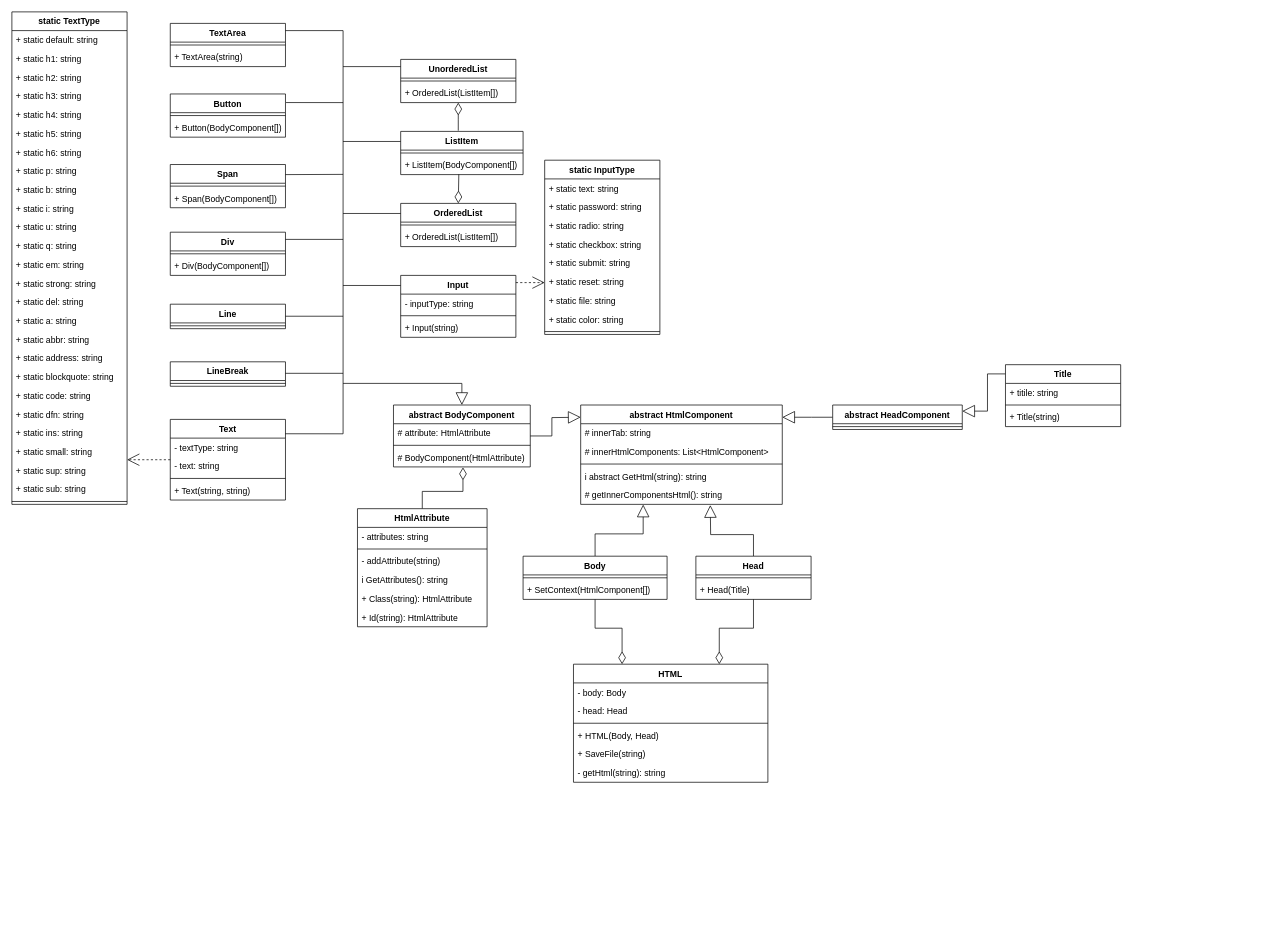
This is Class structure.drawio from Vitaly05/html-creator-library, a draw.io file, before an edit. Source tidied: cells renumbered, new cells numbered last; positions are measured from the earlier drawing's top-left corner, leaving out a move shared by most shapes. Both pictures are drawn from the tidied source at 72%, with x=0, y=0 at pixel (12, 12).
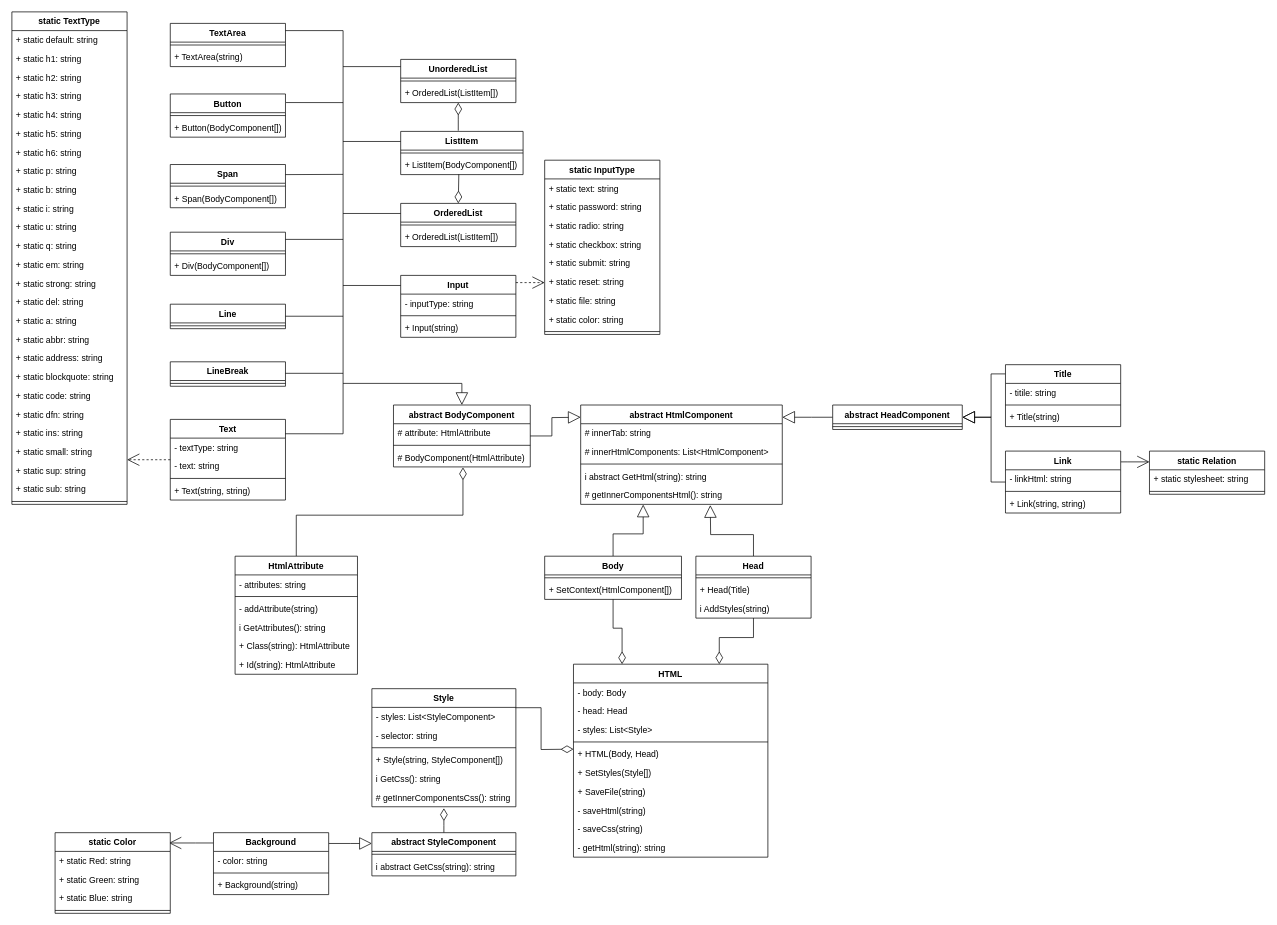
Above is the later version.

Commit message (it also covers changes not shown here):
Added styles and that saved in .css format

Unchanged cells that the change refers to:
```xml
<mxCell id="100" value="Title" style="swimlane;fontStyle=1;align=center;verticalAlign=top;horizontal=1;startSize=26;" parent="1" vertex="1">
  <mxGeometry x="1380" y="490" width="160" height="86" as="geometry" />
</mxCell>
<mxCell id="110" value="abstract HeadComponent" style="swimlane;fontStyle=1;align=center;verticalAlign=top;horizontal=1;startSize=26;" parent="1" vertex="1">
  <mxGeometry x="1140" y="546" width="180" height="34" as="geometry" />
</mxCell>
```

What changed in the source:
```diff
@@
     <mxCell id="2" value="HTML" style="swimlane;fontStyle=1;align=center;verticalAlign=top;horizontal=1;startSize=26;" parent="1" vertex="1">
-      <mxGeometry x="780" y="906" width="270" height="164" as="geometry" />
+      <mxGeometry x="780" y="906" width="270" height="268" as="geometry" />
     </mxCell>
@@
+    <mxCell id="134" value="- head: Head" style="text;strokeColor=none;fillColor=none;align=left;verticalAlign=top;spacingLeft=4;spacingRight=4;overflow=hidden;" parent="2" vertex="1">
+      <mxGeometry y="52" width="270" height="26" as="geometry" />
+    </mxCell>
-    <mxCell id="4" value="- head: Head" style="text;strokeColor=none;fillColor=none;align=left;verticalAlign=top;spacingLeft=4;spacingRight=4;overflow=hidden;" parent="2" vertex="1">
-      <mxGeometry y="52" width="270" height="26" as="geometry" />
+    <mxCell id="4" value="- styles: List&lt;Style&gt;" style="text;strokeColor=none;fillColor=none;align=left;verticalAlign=top;spacingLeft=4;spacingRight=4;overflow=hidden;" parent="2" vertex="1">
+      <mxGeometry y="78" width="270" height="26" as="geometry" />
     </mxCell>
     <mxCell id="5" style="line;strokeWidth=1;fillColor=none;align=left;verticalAlign=middle;spacingTop=-1;spacingLeft=3;spacingRight=3;labelPosition=right;" parent="2" vertex="1">
-      <mxGeometry y="78" width="270" height="8" as="geometry" />
+      <mxGeometry y="104" width="270" height="8" as="geometry" />
     </mxCell>
     <mxCell id="6" value="+ HTML(Body, Head)" style="text;strokeColor=none;fillColor=none;align=left;verticalAlign=top;spacingLeft=4;spacingRight=4;overflow=hidden;" parent="2" vertex="1">
-      <mxGeometry y="86" width="270" height="26" as="geometry" />
+      <mxGeometry y="112" width="270" height="26" as="geometry" />
     </mxCell>
+    <mxCell id="135" value="+ SetStyles(Style[])" style="text;strokeColor=none;fillColor=none;align=left;verticalAlign=top;spacingLeft=4;spacingRight=4;overflow=hidden;" parent="2" vertex="1">
+      <mxGeometry y="138" width="270" height="26" as="geometry" />
+    </mxCell>
+    <mxCell id="136" value="+ SaveFile(string)" style="text;strokeColor=none;fillColor=none;align=left;verticalAlign=top;spacingLeft=4;spacingRight=4;overflow=hidden;" parent="2" vertex="1">
+      <mxGeometry y="164" width="270" height="26" as="geometry" />
+    </mxCell>
+    <mxCell id="137" value="- saveHtml(string)" style="text;strokeColor=none;fillColor=none;align=left;verticalAlign=top;spacingLeft=4;spacingRight=4;overflow=hidden;" parent="2" vertex="1">
+      <mxGeometry y="190" width="270" height="26" as="geometry" />
+    </mxCell>
-    <mxCell id="7" value="+ SaveFile(string)" style="text;strokeColor=none;fillColor=none;align=left;verticalAlign=top;spacingLeft=4;spacingRight=4;overflow=hidden;" parent="2" vertex="1">
-      <mxGeometry y="112" width="270" height="26" as="geometry" />
+    <mxCell id="7" value="- saveCss(string)" style="text;strokeColor=none;fillColor=none;align=left;verticalAlign=top;spacingLeft=4;spacingRight=4;overflow=hidden;" parent="2" vertex="1">
+      <mxGeometry y="216" width="270" height="26" as="geometry" />
     </mxCell>
     <mxCell id="8" value="- getHtml(string): string" style="text;strokeColor=none;fillColor=none;align=left;verticalAlign=top;spacingLeft=4;spacingRight=4;overflow=hidden;" parent="2" vertex="1">
-      <mxGeometry y="138" width="270" height="26" as="geometry" />
+      <mxGeometry y="242" width="270" height="26" as="geometry" />
     </mxCell>
@@
     <mxCell id="20" value="Body" style="swimlane;fontStyle=1;align=center;verticalAlign=top;horizontal=1;startSize=26;" parent="1" vertex="1">
-      <mxGeometry x="710" y="756" width="200" height="60" as="geometry" />
+      <mxGeometry x="740" y="756" width="190" height="60" as="geometry" />
     </mxCell>
     <mxCell id="21" style="line;strokeWidth=1;fillColor=none;align=left;verticalAlign=middle;spacingTop=-1;spacingLeft=3;spacingRight=3;labelPosition=right;" parent="20" vertex="1">
-      <mxGeometry y="26" width="200" height="8" as="geometry" />
+      <mxGeometry y="26" width="190" height="8" as="geometry" />
     </mxCell>
     <mxCell id="22" value="+ SetContext(HtmlComponent[])" style="text;strokeColor=none;fillColor=none;align=left;verticalAlign=top;spacingLeft=4;spacingRight=4;overflow=hidden;" parent="20" vertex="1">
-      <mxGeometry y="34" width="200" height="26" as="geometry" />
+      <mxGeometry y="34" width="190" height="26" as="geometry" />
     </mxCell>
@@
     <mxCell id="25" value="Head" style="swimlane;fontStyle=1;align=center;verticalAlign=top;horizontal=1;startSize=26;" parent="1" vertex="1">
-      <mxGeometry x="950" y="756" width="160" height="60" as="geometry" />
+      <mxGeometry x="950" y="756" width="160" height="86" as="geometry" />
     </mxCell>
@@
+    <mxCell id="138" value="i AddStyles(string)" style="text;strokeColor=none;fillColor=none;align=left;verticalAlign=top;spacingLeft=4;spacingRight=4;overflow=hidden;" parent="25" vertex="1">
+      <mxGeometry y="60" width="160" height="26" as="geometry" />
+    </mxCell>
@@
-    <mxCell id="99" style="edgeStyle=orthogonalEdgeStyle;rounded=0;jettySize=auto;html=1;entryX=1;entryY=0.25;entryDx=0;entryDy=0;endArrow=block;endFill=0;startSize=15;endSize=15;exitX=0.001;exitY=0.149;exitDx=0;exitDy=0;exitPerimeter=0;" parent="1" edge="1" source="100" target="110">
-      <mxGeometry relative="1" as="geometry" />
+    <mxCell id="99" style="edgeStyle=orthogonalEdgeStyle;rounded=0;jettySize=auto;html=1;entryX=1;entryY=0.5;entryDx=0;entryDy=0;endArrow=block;endFill=0;startSize=15;endSize=15;exitX=0.001;exitY=0.149;exitDx=0;exitDy=0;exitPerimeter=0;" parent="1" edge="1" source="100" target="110">
+      <mxGeometry relative="1" as="geometry">
+        <Array as="points">
+          <mxPoint x="1360" y="503" />
+          <mxPoint x="1360" y="563" />
+        </Array>
+      </mxGeometry>
     </mxCell>
@@
-    <mxCell id="101" value="+ titile: string" style="text;strokeColor=none;fillColor=none;align=left;verticalAlign=top;spacingLeft=4;spacingRight=4;overflow=hidden;" parent="100" vertex="1">
+    <mxCell id="101" value="- titile: string" style="text;strokeColor=none;fillColor=none;align=left;verticalAlign=top;spacingLeft=4;spacingRight=4;overflow=hidden;" parent="100" vertex="1">
       <mxGeometry y="26" width="160" height="26" as="geometry" />
     </mxCell>
@@
     <mxCell id="123" value="HtmlAttribute" style="swimlane;fontStyle=1;align=center;verticalAlign=top;horizontal=1;startSize=26;" parent="1" vertex="1">
-      <mxGeometry x="480" y="690" width="180" height="164" as="geometry" />
+      <mxGeometry x="310" y="756" width="170" height="164" as="geometry" />
     </mxCell>
     <mxCell id="124" value="- attributes: string" style="text;strokeColor=none;fillColor=none;align=left;verticalAlign=top;spacingLeft=4;spacingRight=4;overflow=hidden;" parent="123" vertex="1">
-      <mxGeometry y="26" width="180" height="26" as="geometry" />
+      <mxGeometry y="26" width="170" height="26" as="geometry" />
     </mxCell>
     <mxCell id="125" style="line;strokeWidth=1;fillColor=none;align=left;verticalAlign=middle;spacingTop=-1;spacingLeft=3;spacingRight=3;labelPosition=right;" parent="123" vertex="1">
-      <mxGeometry y="52" width="180" height="8" as="geometry" />
+      <mxGeometry y="52" width="170" height="8" as="geometry" />
     </mxCell>
     <mxCell id="126" value="- addAttribute(string)" style="text;strokeColor=none;fillColor=none;align=left;verticalAlign=top;spacingLeft=4;spacingRight=4;overflow=hidden;" parent="123" vertex="1">
-      <mxGeometry y="60" width="180" height="26" as="geometry" />
+      <mxGeometry y="60" width="170" height="26" as="geometry" />
     </mxCell>
     <mxCell id="127" value="i GetAttributes(): string" style="text;strokeColor=none;fillColor=none;align=left;verticalAlign=top;spacingLeft=4;spacingRight=4;overflow=hidden;" parent="123" vertex="1">
-      <mxGeometry y="86" width="180" height="26" as="geometry" />
+      <mxGeometry y="86" width="170" height="26" as="geometry" />
     </mxCell>
     <mxCell id="128" value="+ Class(string): HtmlAttribute" style="text;strokeColor=none;fillColor=none;align=left;verticalAlign=top;spacingLeft=4;spacingRight=4;overflow=hidden;" parent="123" vertex="1">
-      <mxGeometry y="112" width="180" height="26" as="geometry" />
+      <mxGeometry y="112" width="170" height="26" as="geometry" />
     </mxCell>
     <mxCell id="129" value="+ Id(string): HtmlAttribute" style="text;strokeColor=none;fillColor=none;align=left;verticalAlign=top;spacingLeft=4;spacingRight=4;overflow=hidden;" parent="123" vertex="1">
-      <mxGeometry y="138" width="180" height="26" as="geometry" />
+      <mxGeometry y="138" width="170" height="26" as="geometry" />
     </mxCell>
@@
+    <mxCell id="139" style="edgeStyle=orthogonalEdgeStyle;rounded=0;jettySize=auto;html=1;endArrow=diamondThin;endFill=0;endSize=15;exitX=0.997;exitY=0.161;exitDx=0;exitDy=0;exitPerimeter=0;" parent="1" edge="1" source="140">
+      <mxGeometry relative="1" as="geometry">
+        <mxPoint x="780" y="1024" as="targetPoint" />
+      </mxGeometry>
+    </mxCell>
+    <mxCell id="140" value="Style" style="swimlane;fontStyle=1;align=center;verticalAlign=top;horizontal=1;startSize=26;" parent="1" vertex="1">
+      <mxGeometry x="500" y="940" width="200" height="164" as="geometry" />
+    </mxCell>
+    <mxCell id="141" value="- styles: List&lt;StyleComponent&gt;" style="text;strokeColor=none;fillColor=none;align=left;verticalAlign=top;spacingLeft=4;spacingRight=4;overflow=hidden;" parent="140" vertex="1">
+      <mxGeometry y="26" width="200" height="26" as="geometry" />
+    </mxCell>
+    <mxCell id="142" value="- selector: string" style="text;strokeColor=none;fillColor=none;align=left;verticalAlign=top;spacingLeft=4;spacingRight=4;overflow=hidden;" parent="140" vertex="1">
+      <mxGeometry y="52" width="200" height="26" as="geometry" />
+    </mxCell>
+    <mxCell id="143" style="line;strokeWidth=1;fillColor=none;align=left;verticalAlign=middle;spacingTop=-1;spacingLeft=3;spacingRight=3;labelPosition=right;" parent="140" vertex="1">
+      <mxGeometry y="78" width="200" height="8" as="geometry" />
+    </mxCell>
+    <mxCell id="144" value="+ Style(string, StyleComponent[])" style="text;strokeColor=none;fillColor=none;align=left;verticalAlign=top;spacingLeft=4;spacingRight=4;overflow=hidden;" parent="140" vertex="1">
+      <mxGeometry y="86" width="200" height="26" as="geometry" />
+    </mxCell>
+    <mxCell id="145" value="i GetCss(): string" style="text;strokeColor=none;fillColor=none;align=left;verticalAlign=top;spacingLeft=4;spacingRight=4;overflow=hidden;" parent="140" vertex="1">
+      <mxGeometry y="112" width="200" height="26" as="geometry" />
+    </mxCell>
+    <mxCell id="146" value="# getInnerComponentsCss(): string" style="text;strokeColor=none;fillColor=none;align=left;verticalAlign=top;spacingLeft=4;spacingRight=4;overflow=hidden;" parent="140" vertex="1">
+      <mxGeometry y="138" width="200" height="26" as="geometry" />
+    </mxCell>
+    <mxCell id="147" style="edgeStyle=orthogonalEdgeStyle;rounded=0;jettySize=auto;html=1;entryX=0;entryY=0.25;entryDx=0;entryDy=0;endArrow=block;endFill=0;endSize=15;" parent="1" edge="1" source="149" target="159">
+      <mxGeometry relative="1" as="geometry">
+        <Array as="points">
+          <mxPoint x="470" y="1155" />
+          <mxPoint x="470" y="1155" />
+        </Array>
+      </mxGeometry>
+    </mxCell>
+    <mxCell id="148" style="edgeStyle=orthogonalEdgeStyle;rounded=0;jettySize=auto;html=1;entryX=0.989;entryY=0.128;entryDx=0;entryDy=0;endArrow=open;endFill=0;endSize=15;entryPerimeter=0;" parent="1" edge="1" source="149" target="153">
+      <mxGeometry relative="1" as="geometry">
+        <Array as="points">
+          <mxPoint x="255" y="1154" />
+        </Array>
+      </mxGeometry>
+    </mxCell>
+    <mxCell id="149" value="Background" style="swimlane;fontStyle=1;align=center;verticalAlign=top;horizontal=1;startSize=26;" parent="1" vertex="1">
+      <mxGeometry x="280" y="1140" width="160" height="86" as="geometry" />
+    </mxCell>
+    <mxCell id="150" value="- color: string" style="text;strokeColor=none;fillColor=none;align=left;verticalAlign=top;spacingLeft=4;spacingRight=4;overflow=hidden;" parent="149" vertex="1">
+      <mxGeometry y="26" width="160" height="26" as="geometry" />
+    </mxCell>
+    <mxCell id="151" style="line;strokeWidth=1;fillColor=none;align=left;verticalAlign=middle;spacingTop=-1;spacingLeft=3;spacingRight=3;labelPosition=right;" parent="149" vertex="1">
+      <mxGeometry y="52" width="160" height="8" as="geometry" />
+    </mxCell>
+    <mxCell id="152" value="+ Background(string)" style="text;strokeColor=none;fillColor=none;align=left;verticalAlign=top;spacingLeft=4;spacingRight=4;overflow=hidden;" parent="149" vertex="1">
+      <mxGeometry y="60" width="160" height="26" as="geometry" />
+    </mxCell>
+    <mxCell id="153" value="static Color" style="swimlane;fontStyle=1;align=center;verticalAlign=top;horizontal=1;startSize=26;" parent="1" vertex="1">
+      <mxGeometry x="60" y="1140" width="160" height="112" as="geometry" />
+    </mxCell>
+    <mxCell id="154" value="+ static Red: string" style="text;strokeColor=none;fillColor=none;align=left;verticalAlign=top;spacingLeft=4;spacingRight=4;overflow=hidden;" parent="153" vertex="1">
+      <mxGeometry y="26" width="160" height="26" as="geometry" />
+    </mxCell>
+    <mxCell id="155" value="+ static Green: string" style="text;strokeColor=none;fillColor=none;align=left;verticalAlign=top;spacingLeft=4;spacingRight=4;overflow=hidden;" parent="153" vertex="1">
+      <mxGeometry y="52" width="160" height="26" as="geometry" />
+    </mxCell>
+    <mxCell id="156" value="+ static Blue: string" style="text;strokeColor=none;fillColor=none;align=left;verticalAlign=top;spacingLeft=4;spacingRight=4;overflow=hidden;" parent="153" vertex="1">
+      <mxGeometry y="78" width="160" height="26" as="geometry" />
+    </mxCell>
+    <mxCell id="157" style="line;strokeWidth=1;fillColor=none;align=left;verticalAlign=middle;spacingTop=-1;spacingLeft=3;spacingRight=3;labelPosition=right;" parent="153" vertex="1">
+      <mxGeometry y="104" width="160" height="8" as="geometry" />
+    </mxCell>
+    <mxCell id="158" style="edgeStyle=orthogonalEdgeStyle;rounded=0;jettySize=auto;html=1;endArrow=diamondThin;endFill=0;endSize=15;" parent="1" edge="1" source="159">
+      <mxGeometry relative="1" as="geometry">
+        <mxPoint x="600" y="1106" as="targetPoint" />
+        <Array as="points">
+          <mxPoint x="600" y="1130" />
+          <mxPoint x="600" y="1130" />
+        </Array>
+      </mxGeometry>
+    </mxCell>
+    <mxCell id="159" value="abstract StyleComponent" style="swimlane;fontStyle=1;align=center;verticalAlign=top;horizontal=1;startSize=26;" parent="1" vertex="1">
+      <mxGeometry x="500" y="1140" width="200" height="60" as="geometry" />
+    </mxCell>
+    <mxCell id="160" style="line;strokeWidth=1;fillColor=none;align=left;verticalAlign=middle;spacingTop=-1;spacingLeft=3;spacingRight=3;labelPosition=right;" parent="159" vertex="1">
+      <mxGeometry y="26" width="200" height="8" as="geometry" />
+    </mxCell>
+    <mxCell id="161" value="i abstract GetCss(string): string" style="text;strokeColor=none;fillColor=none;align=left;verticalAlign=top;spacingLeft=4;spacingRight=4;overflow=hidden;" parent="159" vertex="1">
+      <mxGeometry y="34" width="200" height="26" as="geometry" />
+    </mxCell>
+    <mxCell id="162" style="edgeStyle=orthogonalEdgeStyle;rounded=0;jettySize=auto;html=1;entryX=0;entryY=0.25;entryDx=0;entryDy=0;endArrow=open;endFill=0;endSize=15;" parent="1" edge="1" source="164" target="168">
+      <mxGeometry relative="1" as="geometry">
+        <Array as="points">
+          <mxPoint x="1550" y="625" />
+          <mxPoint x="1550" y="625" />
+        </Array>
+      </mxGeometry>
+    </mxCell>
+    <mxCell id="163" style="edgeStyle=orthogonalEdgeStyle;rounded=0;jettySize=auto;html=1;endArrow=block;endFill=0;endSize=15;entryX=1;entryY=0.5;entryDx=0;entryDy=0;" parent="1" edge="1" source="164" target="110">
+      <mxGeometry relative="1" as="geometry">
+        <Array as="points">
+          <mxPoint x="1360" y="653" />
+          <mxPoint x="1360" y="563" />
+        </Array>
+      </mxGeometry>
+    </mxCell>
+    <mxCell id="164" value="Link" style="swimlane;fontStyle=1;align=center;verticalAlign=top;horizontal=1;startSize=26;" parent="1" vertex="1">
+      <mxGeometry x="1380" y="610" width="160" height="86" as="geometry" />
+    </mxCell>
+    <mxCell id="165" value="- linkHtml: string" style="text;strokeColor=none;fillColor=none;align=left;verticalAlign=top;spacingLeft=4;spacingRight=4;overflow=hidden;" parent="164" vertex="1">
+      <mxGeometry y="26" width="160" height="26" as="geometry" />
+    </mxCell>
+    <mxCell id="166" style="line;strokeWidth=1;fillColor=none;align=left;verticalAlign=middle;spacingTop=-1;spacingLeft=3;spacingRight=3;labelPosition=right;" parent="164" vertex="1">
+      <mxGeometry y="52" width="160" height="8" as="geometry" />
+    </mxCell>
+    <mxCell id="167" value="+ Link(string, string)" style="text;strokeColor=none;fillColor=none;align=left;verticalAlign=top;spacingLeft=4;spacingRight=4;overflow=hidden;" parent="164" vertex="1">
+      <mxGeometry y="60" width="160" height="26" as="geometry" />
+    </mxCell>
+    <mxCell id="168" value="static Relation" style="swimlane;fontStyle=1;align=center;verticalAlign=top;horizontal=1;startSize=26;" parent="1" vertex="1">
+      <mxGeometry x="1580" y="610" width="160" height="60" as="geometry" />
+    </mxCell>
+    <mxCell id="169" value="+ static stylesheet: string" style="text;strokeColor=none;fillColor=none;align=left;verticalAlign=top;spacingLeft=4;spacingRight=4;overflow=hidden;" parent="168" vertex="1">
+      <mxGeometry y="26" width="160" height="26" as="geometry" />
+    </mxCell>
+    <mxCell id="170" style="line;strokeWidth=1;fillColor=none;align=left;verticalAlign=middle;spacingTop=-1;spacingLeft=3;spacingRight=3;labelPosition=right;" parent="168" vertex="1">
+      <mxGeometry y="52" width="160" height="8" as="geometry" />
+    </mxCell>
```
